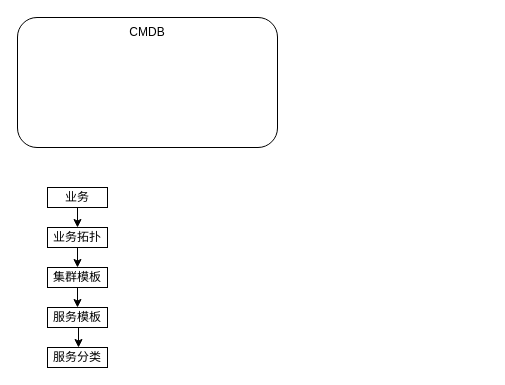
Above: Untitled Diagram.drawio in katechun/draw.io (draw.io), before the change. Source tidied: cells renumbered, new cells numbered last; positions are measured from the earlier drawing's top-left corner, leaving out a move shared by most shapes. Both pictures are drawn from the tidied source at 100%, with x=0, y=0 at pixel (17, 17).
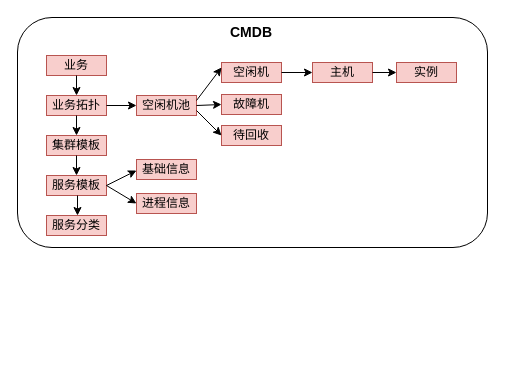
After the change.

Change to the diagram source:
```diff
@@
     <mxCell id="2" style="rounded=1;whiteSpace=wrap;html=1;" parent="1" vertex="1">
-      <mxGeometry width="260" height="130" as="geometry" />
+      <mxGeometry width="470" height="230" as="geometry" />
     </mxCell>
-    <mxCell id="3" value="CMDB" style="text;html=1;strokeColor=none;fillColor=none;align=center;verticalAlign=middle;whiteSpace=wrap;rounded=0;" parent="1" vertex="1">
-      <mxGeometry x="100" width="60" height="30" as="geometry" />
+    <mxCell id="3" value="&lt;b&gt;&lt;font style=&quot;font-size: 14px&quot;&gt;CMDB&lt;/font&gt;&lt;/b&gt;" style="text;html=1;strokeColor=none;fillColor=none;align=center;verticalAlign=middle;whiteSpace=wrap;rounded=0;" parent="1" vertex="1">
+      <mxGeometry x="204" width="60" height="30" as="geometry" />
     </mxCell>
+    <mxCell id="13" style="group;" parent="1" vertex="1">
+      <mxGeometry x="29" y="38" width="410" height="180" as="geometry" />
+    </mxCell>
+    <mxCell id="14" style="group;" parent="13" vertex="1">
+      <mxGeometry width="60" height="180" as="geometry" />
+    </mxCell>
-    <mxCell id="4" value="业务" style="rounded=0;whiteSpace=wrap;html=1;flipH=0;flipV=1;" parent="1" vertex="1">
-      <mxGeometry x="30" y="170" width="60" height="20" as="geometry" />
+    <mxCell id="4" value="业务" style="rounded=0;whiteSpace=wrap;html=1;flipH=0;flipV=1;fillColor=#f8cecc;strokeColor=#b85450;" parent="14" vertex="1">
+      <mxGeometry width="60" height="20" as="geometry" />
     </mxCell>
-    <mxCell id="5" value="业务拓扑" style="rounded=0;whiteSpace=wrap;html=1;flipH=0;flipV=1;" parent="1" vertex="1">
-      <mxGeometry x="30" y="210" width="60" height="20" as="geometry" />
+    <mxCell id="5" value="业务拓扑" style="rounded=0;whiteSpace=wrap;html=1;flipH=0;flipV=1;fillColor=#f8cecc;strokeColor=#b85450;" parent="14" vertex="1">
+      <mxGeometry y="40" width="60" height="20" as="geometry" />
     </mxCell>
-    <mxCell id="6" value="集群模板" style="rounded=0;whiteSpace=wrap;html=1;flipH=0;flipV=1;" parent="1" vertex="1">
-      <mxGeometry x="30" y="250" width="60" height="20" as="geometry" />
+    <mxCell id="6" value="集群模板" style="rounded=0;whiteSpace=wrap;html=1;flipH=0;flipV=1;fillColor=#f8cecc;strokeColor=#b85450;" parent="14" vertex="1">
+      <mxGeometry y="80" width="60" height="20" as="geometry" />
     </mxCell>
-    <mxCell id="7" value="服务模板" style="rounded=0;whiteSpace=wrap;html=1;flipH=0;flipV=1;" parent="1" vertex="1">
-      <mxGeometry x="30" y="290" width="60" height="20" as="geometry" />
+    <mxCell id="7" value="服务模板" style="rounded=0;whiteSpace=wrap;html=1;flipH=0;flipV=1;fillColor=#f8cecc;strokeColor=#b85450;" parent="14" vertex="1">
+      <mxGeometry y="120" width="60" height="20" as="geometry" />
     </mxCell>
-    <mxCell id="8" value="服务分类" style="rounded=0;whiteSpace=wrap;html=1;flipH=0;flipV=1;" parent="1" vertex="1">
-      <mxGeometry x="30" y="330" width="60" height="20" as="geometry" />
+    <mxCell id="8" value="服务分类" style="rounded=0;whiteSpace=wrap;html=1;flipH=0;flipV=1;fillColor=#f8cecc;strokeColor=#b85450;" parent="14" vertex="1">
+      <mxGeometry y="160" width="60" height="20" as="geometry" />
     </mxCell>
-    <mxCell id="9" style="endArrow=classic;html=1;rounded=0;exitX=0.5;exitY=1;exitDx=0;exitDy=0;entryX=0.5;entryY=0;entryDx=0;entryDy=0;" parent="1" edge="1" source="4" target="5">
+    <mxCell id="9" style="endArrow=classic;html=1;rounded=0;exitX=0.5;exitY=1;exitDx=0;exitDy=0;entryX=0.5;entryY=0;entryDx=0;entryDy=0;" parent="14" edge="1" source="4" target="5">
       <mxGeometry relative="1" as="geometry" />
     </mxCell>
-    <mxCell id="10" style="endArrow=classic;html=1;rounded=0;exitX=0.5;exitY=1;exitDx=0;exitDy=0;entryX=0.5;entryY=0;entryDx=0;entryDy=0;" parent="1" edge="1">
+    <mxCell id="10" style="endArrow=classic;html=1;rounded=0;exitX=0.5;exitY=1;exitDx=0;exitDy=0;entryX=0.5;entryY=0;entryDx=0;entryDy=0;" parent="14" edge="1">
       <mxGeometry relative="1" as="geometry">
-        <mxPoint x="60" y="230" as="sourcePoint" />
-        <mxPoint x="60" y="250" as="targetPoint" />
+        <mxPoint x="30" y="60" as="sourcePoint" />
+        <mxPoint x="30" y="80" as="targetPoint" />
       </mxGeometry>
     </mxCell>
-    <mxCell id="11" style="endArrow=classic;html=1;rounded=0;exitX=0.5;exitY=1;exitDx=0;exitDy=0;entryX=0.5;entryY=0;entryDx=0;entryDy=0;" parent="1" edge="1">
+    <mxCell id="11" style="endArrow=classic;html=1;rounded=0;exitX=0.5;exitY=1;exitDx=0;exitDy=0;entryX=0.5;entryY=0;entryDx=0;entryDy=0;" parent="14" edge="1">
       <mxGeometry relative="1" as="geometry">
-        <mxPoint x="60" y="270" as="sourcePoint" />
-        <mxPoint x="60" y="290" as="targetPoint" />
+        <mxPoint x="30" y="100" as="sourcePoint" />
+        <mxPoint x="30" y="120" as="targetPoint" />
       </mxGeometry>
     </mxCell>
-    <mxCell id="12" style="endArrow=classic;html=1;rounded=0;exitX=0.5;exitY=1;exitDx=0;exitDy=0;entryX=0.5;entryY=0;entryDx=0;entryDy=0;" parent="1" edge="1">
+    <mxCell id="12" style="endArrow=classic;html=1;rounded=0;exitX=0.5;exitY=1;exitDx=0;exitDy=0;entryX=0.5;entryY=0;entryDx=0;entryDy=0;" parent="14" edge="1">
       <mxGeometry relative="1" as="geometry">
-        <mxPoint x="61" y="310" as="sourcePoint" />
-        <mxPoint x="61" y="330" as="targetPoint" />
+        <mxPoint x="31" y="140" as="sourcePoint" />
+        <mxPoint x="31" y="160" as="targetPoint" />
       </mxGeometry>
     </mxCell>
+    <mxCell id="15" value="基础信息" style="rounded=0;whiteSpace=wrap;html=1;flipH=0;flipV=1;fillColor=#f8cecc;strokeColor=#b85450;" parent="13" vertex="1">
+      <mxGeometry x="90" y="104" width="60" height="20" as="geometry" />
+    </mxCell>
+    <mxCell id="16" value="进程信息" style="rounded=0;whiteSpace=wrap;html=1;flipH=0;flipV=1;fillColor=#f8cecc;strokeColor=#b85450;" parent="13" vertex="1">
+      <mxGeometry x="90" y="138" width="60" height="20" as="geometry" />
+    </mxCell>
+    <mxCell id="17" value="主机" style="rounded=0;whiteSpace=wrap;html=1;flipH=0;flipV=1;fillColor=#f8cecc;strokeColor=#b85450;" parent="13" vertex="1">
+      <mxGeometry x="266" y="7" width="60" height="20" as="geometry" />
+    </mxCell>
+    <mxCell id="18" value="实例" style="rounded=0;whiteSpace=wrap;html=1;flipH=0;flipV=1;fillColor=#f8cecc;strokeColor=#b85450;" parent="13" vertex="1">
+      <mxGeometry x="350" y="7" width="60" height="20" as="geometry" />
+    </mxCell>
+    <mxCell id="19" style="endArrow=classic;html=1;rounded=0;entryX=0;entryY=0.5;entryDx=0;entryDy=0;exitX=1;exitY=0.5;exitDx=0;exitDy=0;" parent="13" edge="1" source="5" target="20">
+      <mxGeometry relative="1" as="geometry" />
+    </mxCell>
+    <mxCell id="20" value="空闲机池" style="rounded=0;whiteSpace=wrap;html=1;flipH=0;flipV=1;fillColor=#f8cecc;strokeColor=#b85450;" parent="13" vertex="1">
+      <mxGeometry x="90" y="40" width="60" height="20" as="geometry" />
+    </mxCell>
+    <mxCell id="21" value="空闲机" style="rounded=0;whiteSpace=wrap;html=1;flipH=0;flipV=1;fillColor=#f8cecc;strokeColor=#b85450;" parent="13" vertex="1">
+      <mxGeometry x="175" y="7" width="60" height="20" as="geometry" />
+    </mxCell>
+    <mxCell id="22" value="故障机" style="rounded=0;whiteSpace=wrap;html=1;flipH=0;flipV=1;fillColor=#f8cecc;strokeColor=#b85450;" parent="13" vertex="1">
+      <mxGeometry x="175" y="39" width="60" height="20" as="geometry" />
+    </mxCell>
+    <mxCell id="23" value="待回收" style="rounded=0;whiteSpace=wrap;html=1;flipH=0;flipV=1;fillColor=#f8cecc;strokeColor=#b85450;" parent="13" vertex="1">
+      <mxGeometry x="175" y="70" width="60" height="20" as="geometry" />
+    </mxCell>
+    <mxCell id="24" style="endArrow=classic;html=1;rounded=0;entryX=0;entryY=0.25;entryDx=0;entryDy=0;exitX=1;exitY=0.25;exitDx=0;exitDy=0;" parent="13" edge="1" source="20" target="21">
+      <mxGeometry relative="1" as="geometry" />
+    </mxCell>
+    <mxCell id="25" style="endArrow=classic;html=1;rounded=0;entryX=0;entryY=0.5;entryDx=0;entryDy=0;exitX=1;exitY=0.5;exitDx=0;exitDy=0;" parent="13" edge="1" source="20" target="22">
+      <mxGeometry relative="1" as="geometry" />
+    </mxCell>
+    <mxCell id="26" style="endArrow=classic;html=1;rounded=0;entryX=0;entryY=0.5;entryDx=0;entryDy=0;exitX=1;exitY=0.75;exitDx=0;exitDy=0;" parent="13" edge="1" source="20" target="23">
+      <mxGeometry relative="1" as="geometry" />
+    </mxCell>
+    <mxCell id="27" style="endArrow=classic;html=1;rounded=0;entryX=0;entryY=0.5;entryDx=0;entryDy=0;exitX=1;exitY=0.5;exitDx=0;exitDy=0;" parent="13" edge="1" source="21" target="17">
+      <mxGeometry relative="1" as="geometry" />
+    </mxCell>
+    <mxCell id="28" style="endArrow=classic;html=1;rounded=0;entryX=0;entryY=0.5;entryDx=0;entryDy=0;exitX=1;exitY=0.5;exitDx=0;exitDy=0;" parent="13" edge="1" source="17" target="18">
+      <mxGeometry relative="1" as="geometry" />
+    </mxCell>
+    <mxCell id="29" style="endArrow=classic;html=1;rounded=0;entryX=0;entryY=0.5;entryDx=0;entryDy=0;" parent="13" edge="1">
+      <mxGeometry relative="1" as="geometry">
+        <mxPoint x="60" y="130" as="sourcePoint" />
+        <mxPoint x="90" y="115" as="targetPoint" />
+      </mxGeometry>
+    </mxCell>
+    <mxCell id="30" style="endArrow=classic;html=1;rounded=0;entryX=0;entryY=0.5;entryDx=0;entryDy=0;" parent="13" edge="1" target="16">
+      <mxGeometry relative="1" as="geometry">
+        <mxPoint x="60" y="130" as="sourcePoint" />
+      </mxGeometry>
+    </mxCell>
```
